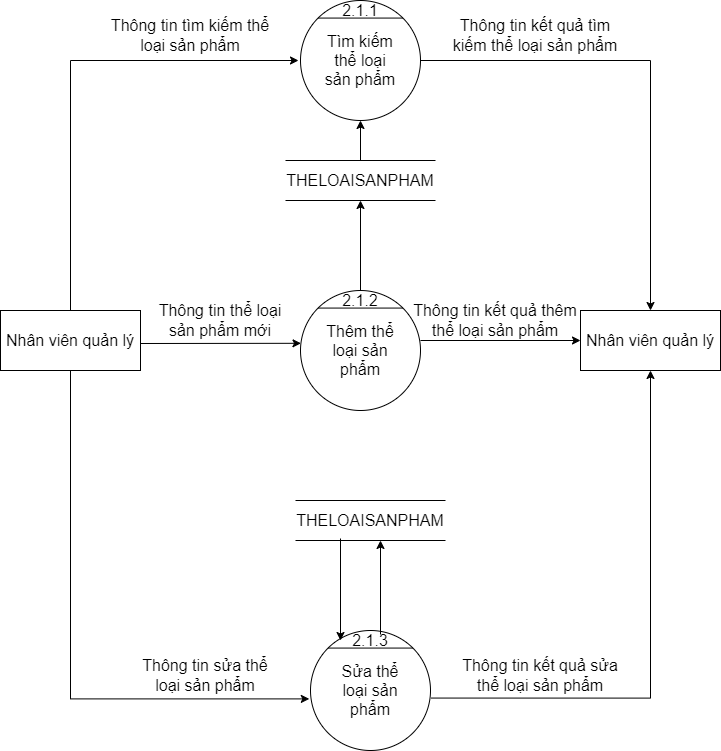
The draw.io diagram BFD&DFD/BFD&DFD mức 0, 1, 2, 3/DFD_2_QLClassify.png in hungtadasuke/CoffeShop_SoftwareTechnology, before a commit. Source tidied: cells renumbered, new cells last; positions are measured from the earlier drawing's top-left corner, leaving out a move shared by most shapes.
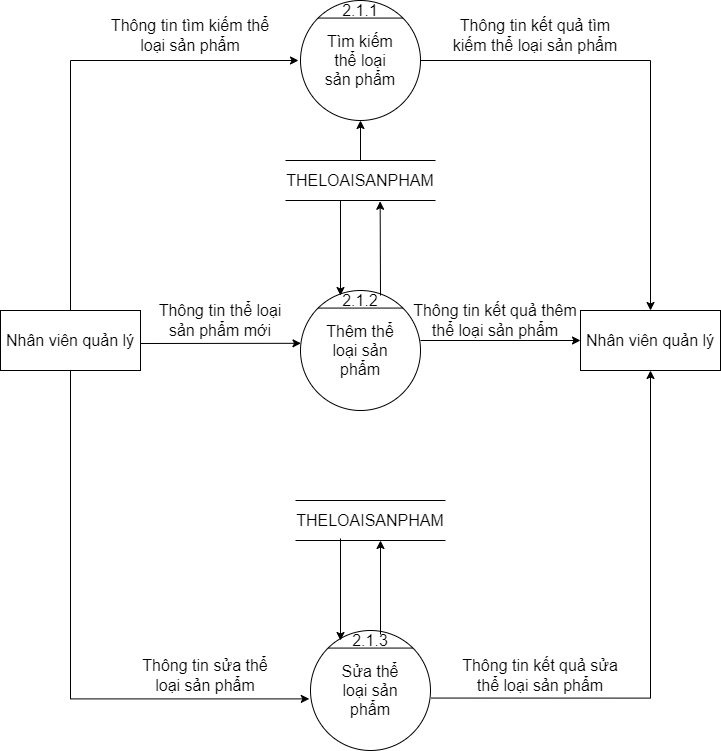
After the commit.

Change to the diagram source:
```diff
@@ -95,7 +95,7 @@
     <mxCell id="26" style="endArrow=classic;html=1;rounded=0;fontSize=16;entryX=0.5;entryY=1;entryDx=0;entryDy=0;exitX=0.5;exitY=0;exitDx=0;exitDy=0;" parent="1" edge="1" source="22" target="2">
       <mxGeometry relative="1" as="geometry" />
     </mxCell>
-    <mxCell id="27" style="endArrow=classic;html=1;rounded=0;fontSize=16;exitX=0.5;exitY=0;exitDx=0;exitDy=0;entryX=0.5;entryY=1;entryDx=0;entryDy=0;" parent="1" edge="1" source="14" target="22">
+    <mxCell id="27" style="endArrow=classic;html=1;rounded=0;fontSize=16;exitX=1;exitY=0.25;exitDx=0;exitDy=0;entryX=0.631;entryY=1.02;entryDx=0;entryDy=0;entryPerimeter=0;" parent="1" edge="1" source="14" target="22">
       <mxGeometry relative="1" as="geometry" />
     </mxCell>
     <mxCell id="28" style="endArrow=classic;html=1;rounded=0;fontSize=16;entryX=0.362;entryY=1.004;entryDx=0;entryDy=0;entryPerimeter=0;" parent="1" edge="1">
@@ -124,5 +124,10 @@
     <mxCell id="34" value="Thông tin kết quả sửa thể loại sản phẩm" style="text;html=1;strokeColor=none;fillColor=none;align=center;verticalAlign=middle;whiteSpace=wrap;rounded=0;fontSize=16;" parent="1" vertex="1">
       <mxGeometry x="450" y="655" width="180" height="40" as="geometry" />
     </mxCell>
+    <mxCell id="35" style="endArrow=classic;html=1;rounded=0;fontSize=16;entryX=0;entryY=0.25;entryDx=0;entryDy=0;" parent="1" edge="1" target="14">
+      <mxGeometry relative="1" as="geometry">
+        <mxPoint x="340" y="200" as="sourcePoint" />
+      </mxGeometry>
+    </mxCell>
   </root>
 </mxGraphModel>
```
